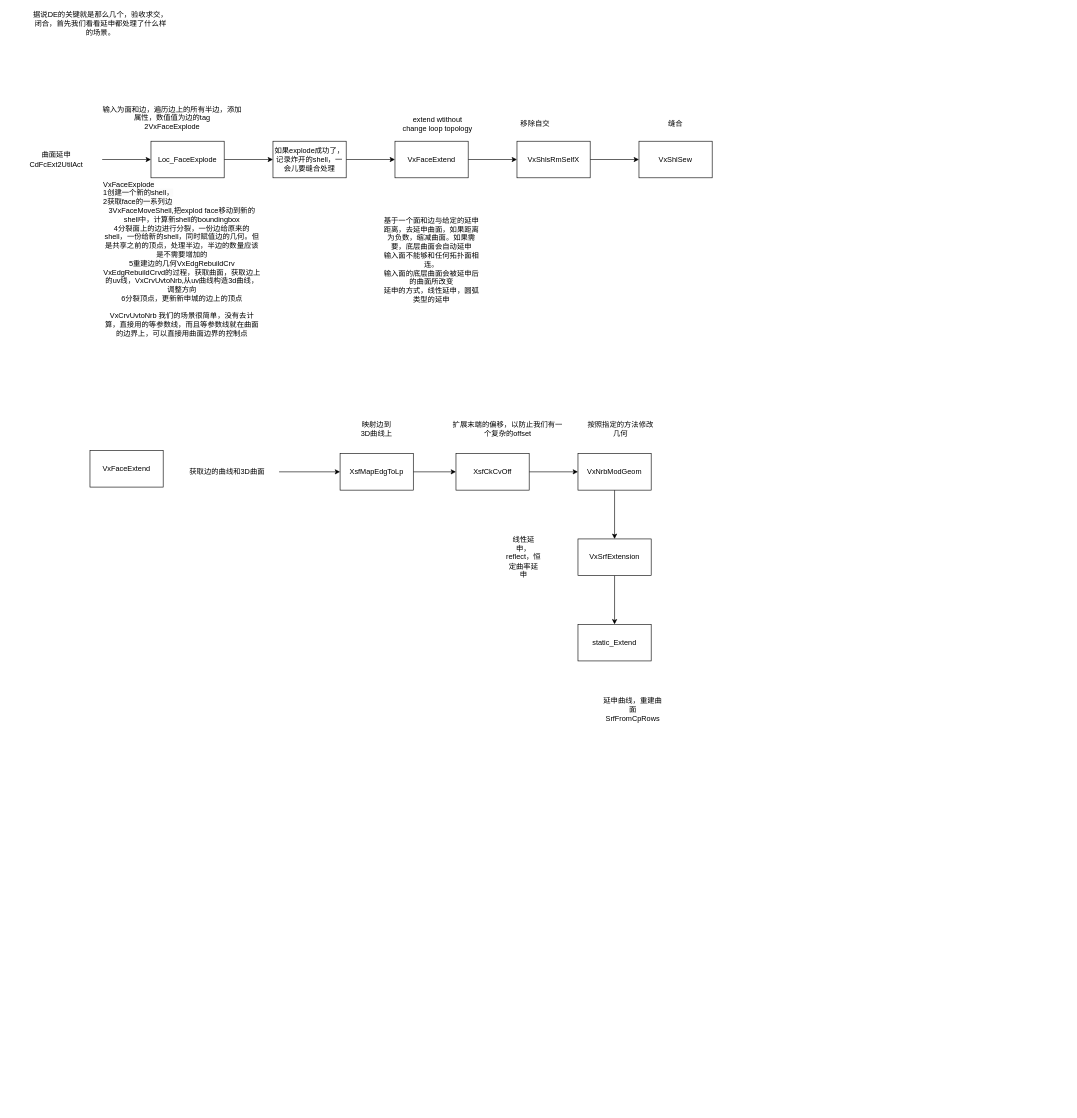
Before: 绘图记录/DE.drawio in studyrohan/BSpline_learn, a draw.io diagram. Source tidied: cells renumbered, new cells numbered last; positions are measured from the earlier drawing's top-left corner, leaving out a move shared by most shapes. Both pictures are drawn from the tidied source at 61%, with x=0, y=0 at pixel (10, 14).
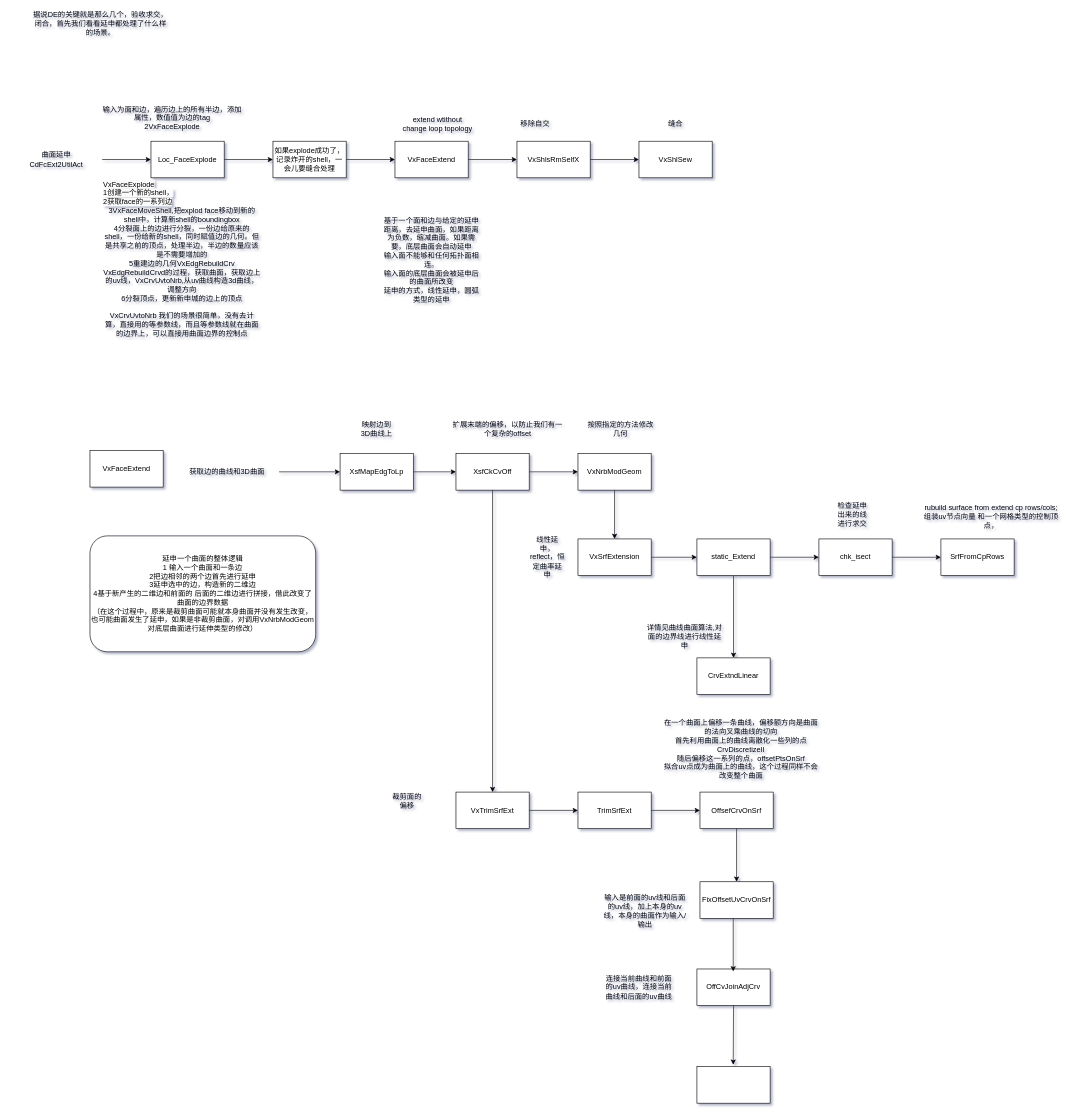
After the change.

Unchanged cells that the change refers to:
```xml
<mxCell id="27" value="XsfCkCvOff" style="rounded=0;whiteSpace=wrap;html=1;" parent="1" vertex="1">
  <mxGeometry x="730" y="720" width="120" height="60" as="geometry" />
</mxCell>
```

Change to the diagram source:
```diff
@@
-<mxGraphModel>
+<mxGraphModel shadow="1">
@@
+    <mxCell id="37" style="edgeStyle=orthogonalEdgeStyle;rounded=0;jettySize=auto;html=1;" parent="1" edge="1" source="27" target="48">
+      <mxGeometry relative="1" as="geometry" />
+    </mxCell>
@@
     <mxCell id="34" value="线性延申，reflect，恒定曲率延申" style="text;html=1;align=center;verticalAlign=middle;whiteSpace=wrap;rounded=0;" parent="1" vertex="1">
-      <mxGeometry x="811" y="875" width="60" height="30" as="geometry" />
+      <mxGeometry x="850" y="875" width="60" height="30" as="geometry" />
     </mxCell>
+    <mxCell id="38" style="edgeStyle=orthogonalEdgeStyle;rounded=0;jettySize=auto;html=1;" parent="1" edge="1" source="35" target="40">
+      <mxGeometry relative="1" as="geometry" />
+    </mxCell>
+    <mxCell id="39" style="edgeStyle=orthogonalEdgeStyle;rounded=0;jettySize=auto;html=1;" parent="1" edge="1" source="35" target="43">
+      <mxGeometry relative="1" as="geometry" />
+    </mxCell>
     <mxCell id="35" value="static_Extend" style="rounded=0;whiteSpace=wrap;html=1;" parent="1" vertex="1">
-      <mxGeometry x="930" y="1000" width="120" height="60" as="geometry" />
+      <mxGeometry x="1125" y="860" width="120" height="60" as="geometry" />
     </mxCell>
-    <mxCell id="36" value="延申曲线，重建曲面&lt;div&gt;SrfFromCpRows&lt;/div&gt;" style="text;html=1;align=center;verticalAlign=middle;whiteSpace=wrap;rounded=0;" parent="1" vertex="1">
-      <mxGeometry x="970" y="1125" width="100" height="30" as="geometry" />
-    </mxCell>
+    <mxCell id="40" value="CrvExtndLinear" style="whiteSpace=wrap;html=1;rounded=0;" parent="1" vertex="1">
+      <mxGeometry x="1125" y="1055" width="120" height="60" as="geometry" />
+    </mxCell>
+    <mxCell id="41" value="详情见曲线曲面算法,对面的边界线进行线性延申" style="text;html=1;align=center;verticalAlign=middle;whiteSpace=wrap;rounded=0;" parent="1" vertex="1">
+      <mxGeometry x="1040" y="1005" width="130" height="30" as="geometry" />
+    </mxCell>
+    <mxCell id="42" style="edgeStyle=orthogonalEdgeStyle;rounded=0;jettySize=auto;html=1;" parent="1" edge="1" source="43" target="45">
+      <mxGeometry relative="1" as="geometry" />
+    </mxCell>
+    <mxCell id="43" value="chk_isect" style="whiteSpace=wrap;html=1;rounded=0;" parent="1" vertex="1">
+      <mxGeometry x="1325" y="860" width="120" height="60" as="geometry" />
+    </mxCell>
+    <mxCell id="44" value="检查延申出来的线进行求交" style="text;html=1;align=center;verticalAlign=middle;whiteSpace=wrap;rounded=0;" parent="1" vertex="1">
+      <mxGeometry x="1350" y="805" width="60" height="30" as="geometry" />
+    </mxCell>
+    <mxCell id="45" value="SrfFromCpRows" style="whiteSpace=wrap;html=1;rounded=0;" parent="1" vertex="1">
+      <mxGeometry x="1525" y="860" width="120" height="60" as="geometry" />
+    </mxCell>
+    <mxCell id="46" value="rubuild surface from extend cp rows/cols;&lt;div&gt;组装uv节点向量 和一个网格类型的控制顶点，&lt;/div&gt;" style="text;html=1;align=center;verticalAlign=middle;whiteSpace=wrap;rounded=0;" parent="1" vertex="1">
+      <mxGeometry x="1490" y="808" width="235" height="30" as="geometry" />
+    </mxCell>
+    <mxCell id="47" style="edgeStyle=orthogonalEdgeStyle;rounded=0;jettySize=auto;html=1;" parent="1" edge="1" source="48" target="51">
+      <mxGeometry relative="1" as="geometry" />
+    </mxCell>
+    <mxCell id="48" value="VxTrimSrfExt" style="rounded=0;whiteSpace=wrap;html=1;" parent="1" vertex="1">
+      <mxGeometry x="730" y="1275" width="120" height="60" as="geometry" />
+    </mxCell>
+    <mxCell id="49" value="裁剪面的偏移" style="text;html=1;align=center;verticalAlign=middle;whiteSpace=wrap;rounded=0;" parent="1" vertex="1">
+      <mxGeometry x="620" y="1275" width="60" height="30" as="geometry" />
+    </mxCell>
+    <mxCell id="50" style="edgeStyle=orthogonalEdgeStyle;rounded=0;jettySize=auto;html=1;" parent="1" edge="1" source="51" target="52">
+      <mxGeometry relative="1" as="geometry" />
+    </mxCell>
+    <mxCell id="51" value="TrimSrfExt" style="whiteSpace=wrap;html=1;rounded=0;" parent="1" vertex="1">
+      <mxGeometry x="930" y="1275" width="120" height="60" as="geometry" />
+    </mxCell>
+    <mxCell id="52" value="OffsefCrvOnSrf" style="whiteSpace=wrap;html=1;rounded=0;" parent="1" vertex="1">
+      <mxGeometry x="1130" y="1275" width="120" height="60" as="geometry" />
+    </mxCell>
+    <mxCell id="53" value="在一个曲面上偏移一条曲线，偏移额方向是曲面的法向叉乘曲线的切向&lt;div&gt;首先利用曲面上的曲线离散化一些列的点CrvDiscretizeII&lt;/div&gt;&lt;div&gt;随后偏移这一系列的点，offsetPtsOnSrf&lt;/div&gt;&lt;div&gt;拟合uv点成为曲面上的曲线，这个过程同样不会改变整个曲面&lt;/div&gt;" style="text;html=1;align=center;verticalAlign=middle;whiteSpace=wrap;rounded=0;" parent="1" vertex="1">
+      <mxGeometry x="1070" y="1155" width="255" height="100" as="geometry" />
+    </mxCell>
+    <mxCell id="54" style="endArrow=classic;html=1;rounded=0;entryX=0.5;entryY=0;entryDx=0;entryDy=0;" parent="1" edge="1" target="55">
+      <mxGeometry relative="1" as="geometry">
+        <mxPoint x="1190" y="1335" as="sourcePoint" />
+      </mxGeometry>
+    </mxCell>
+    <mxCell id="55" value="FixOffsetUvCrvOnSrf" style="rounded=0;whiteSpace=wrap;html=1;" parent="1" vertex="1">
+      <mxGeometry x="1130" y="1422" width="120" height="60" as="geometry" />
+    </mxCell>
+    <mxCell id="56" value="输入是前面的uv线和后面的uv线，加上本身的uv线，本身的曲面作为输入/输出" style="text;html=1;align=center;verticalAlign=middle;whiteSpace=wrap;rounded=0;" parent="1" vertex="1">
+      <mxGeometry x="970" y="1445" width="140" height="50" as="geometry" />
+    </mxCell>
+    <mxCell id="57" value="OffCvJoinAdjCrv" style="rounded=0;whiteSpace=wrap;html=1;" parent="1" vertex="1">
+      <mxGeometry x="1125" y="1565" width="120" height="60" as="geometry" />
+    </mxCell>
+    <mxCell id="58" style="rounded=0;whiteSpace=wrap;html=1;" parent="1" vertex="1">
+      <mxGeometry x="1125" y="1725" width="120" height="60" as="geometry" />
+    </mxCell>
+    <mxCell id="59" style="endArrow=classic;html=1;rounded=0;entryX=0.5;entryY=0;entryDx=0;entryDy=0;" parent="1" edge="1">
+      <mxGeometry relative="1" as="geometry">
+        <mxPoint x="1184.5" y="1482" as="sourcePoint" />
+        <mxPoint x="1184.5" y="1569" as="targetPoint" />
+      </mxGeometry>
+    </mxCell>
+    <mxCell id="60" style="endArrow=classic;html=1;rounded=0;entryX=0.5;entryY=0;entryDx=0;entryDy=0;exitX=0.5;exitY=1;exitDx=0;exitDy=0;" parent="1" edge="1" source="57">
+      <mxGeometry relative="1" as="geometry">
+        <mxPoint x="1184.5" y="1722" as="targetPoint" />
+      </mxGeometry>
+    </mxCell>
+    <mxCell id="61" value="连接当前曲线和前面的uv曲线，连接当前曲线和后面的uv曲线" style="text;html=1;align=center;verticalAlign=middle;whiteSpace=wrap;rounded=0;" parent="1" vertex="1">
+      <mxGeometry x="970" y="1580" width="120" height="30" as="geometry" />
+    </mxCell>
+    <mxCell id="62" value="延申一个曲面的整体逻辑&lt;div&gt;1 输入一个曲面和一条边&lt;/div&gt;&lt;div&gt;2把边相邻的两个边首先进行延申&lt;/div&gt;&lt;div&gt;3延申选中的边，构造新的二维边&lt;/div&gt;&lt;div&gt;4基于新产生的二维边和前面的 后面的二维边进行拼接，借此改变了曲面的边界数据&lt;/div&gt;&lt;div&gt;（在这个过程中，原来是裁剪曲面可能就本身曲面并没有发生改变，也可能曲面发生了延申，如果是非裁剪曲面，对调用VxNrbModGeom 对底层曲面进行延伸类型的修改）&lt;/div&gt;" style="rounded=1;whiteSpace=wrap;html=1;" parent="1" vertex="1">
+      <mxGeometry x="130" y="855" width="370" height="190" as="geometry" />
+    </mxCell>
```
